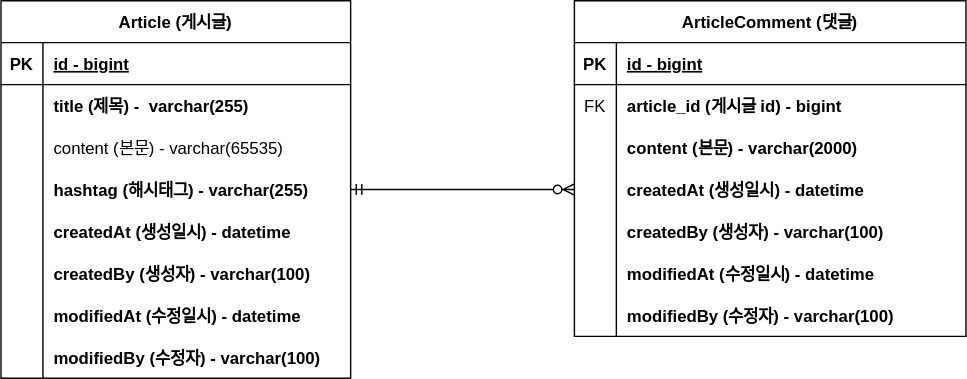
The draw.io diagram document/erd.drawio.svg in JUNSUNGCODING/project-board, before a commit. Source tidied: cells renumbered, new cells last; positions are measured from the earlier drawing's top-left corner, leaving out a move shared by most shapes. The source it was exported from:
```xml
<mxGraphModel>
  <root>
    <mxCell id="0" />
    <mxCell id="1" parent="0" />
    <mxCell id="2" value="Article (게시글)" style="shape=table;startSize=30;rowLines=0;fontStyle=1;align=center;" parent="1" vertex="1">
      <mxGeometry width="250" height="270" as="geometry" />
    </mxCell>
    <mxCell id="3" style="shape=tableRow;horizontal=0;startSize=0;swimlaneHead=0;swimlaneBody=0;fillColor=none;top=0;left=0;right=0;bottom=1;" parent="2" vertex="1">
      <mxGeometry y="30" width="250" height="30" as="geometry" />
    </mxCell>
    <mxCell id="4" value="PK" style="shape=partialRectangle;fillColor=none;top=0;left=0;bottom=0;right=0;fontStyle=1;overflow=hidden;" parent="3" vertex="1">
      <mxGeometry width="30" height="30" as="geometry" />
    </mxCell>
    <mxCell id="5" value="id - bigint" style="shape=partialRectangle;fillColor=none;top=0;left=0;bottom=0;right=0;align=left;spacingLeft=6;fontStyle=5;overflow=hidden;" parent="3" vertex="1">
      <mxGeometry x="30" width="220" height="30" as="geometry" />
    </mxCell>
    <mxCell id="6" style="shape=tableRow;horizontal=0;startSize=0;swimlaneHead=0;swimlaneBody=0;fillColor=none;top=0;left=0;right=0;bottom=0;" parent="2" vertex="1">
      <mxGeometry y="60" width="250" height="30" as="geometry" />
    </mxCell>
    <mxCell id="7" style="shape=partialRectangle;fillColor=none;top=0;left=0;bottom=0;right=0;overflow=hidden;" parent="6" vertex="1">
      <mxGeometry width="30" height="30" as="geometry" />
    </mxCell>
    <mxCell id="8" value="title (제목) -  varchar(255)" style="shape=partialRectangle;fillColor=none;top=0;left=0;bottom=0;right=0;align=left;spacingLeft=6;overflow=hidden;fontStyle=1;" parent="6" vertex="1">
      <mxGeometry x="30" width="220" height="30" as="geometry" />
    </mxCell>
    <mxCell id="9" style="shape=tableRow;horizontal=0;startSize=0;swimlaneHead=0;swimlaneBody=0;fillColor=none;top=0;left=0;right=0;bottom=0;" parent="2" vertex="1">
      <mxGeometry y="90" width="250" height="30" as="geometry" />
    </mxCell>
    <mxCell id="10" style="shape=partialRectangle;fillColor=none;top=0;left=0;bottom=0;right=0;overflow=hidden;" parent="9" vertex="1">
      <mxGeometry width="30" height="30" as="geometry" />
    </mxCell>
    <mxCell id="11" value="content (본문) - varchar(65535)" style="shape=partialRectangle;fillColor=none;top=0;left=0;bottom=0;right=0;align=left;spacingLeft=6;overflow=hidden;" parent="9" vertex="1">
      <mxGeometry x="30" width="220" height="30" as="geometry" />
    </mxCell>
    <mxCell id="12" style="shape=tableRow;horizontal=0;startSize=0;swimlaneHead=0;swimlaneBody=0;fillColor=none;points=[[0,0.5],[1,0.5]];portConstraint=eastwest;top=0;left=0;right=0;bottom=0;" parent="2" vertex="1">
      <mxGeometry y="120" width="250" height="30" as="geometry" />
    </mxCell>
    <mxCell id="13" style="shape=partialRectangle;fillColor=none;top=0;left=0;bottom=0;right=0;overflow=hidden;" parent="12" vertex="1">
      <mxGeometry width="30" height="30" as="geometry" />
    </mxCell>
    <mxCell id="14" value="hashtag (해시태그) - varchar(255)" style="shape=partialRectangle;fillColor=none;top=0;left=0;bottom=0;right=0;align=left;spacingLeft=6;overflow=hidden;fontStyle=1;" parent="12" vertex="1">
      <mxGeometry x="30" width="220" height="30" as="geometry" />
    </mxCell>
    <mxCell id="15" style="shape=tableRow;horizontal=0;startSize=0;swimlaneHead=0;swimlaneBody=0;fillColor=none;top=0;left=0;right=0;bottom=0;" parent="2" vertex="1">
      <mxGeometry y="150" width="250" height="30" as="geometry" />
    </mxCell>
    <mxCell id="16" style="shape=partialRectangle;fillColor=none;top=0;left=0;bottom=0;right=0;overflow=hidden;" parent="15" vertex="1">
      <mxGeometry width="30" height="30" as="geometry" />
    </mxCell>
    <mxCell id="17" value="createdAt (생성일시) - datetime" style="shape=partialRectangle;fillColor=none;top=0;left=0;bottom=0;right=0;align=left;spacingLeft=6;overflow=hidden;fontStyle=1;" parent="15" vertex="1">
      <mxGeometry x="30" width="220" height="30" as="geometry" />
    </mxCell>
    <mxCell id="18" style="shape=tableRow;horizontal=0;startSize=0;swimlaneHead=0;swimlaneBody=0;fillColor=none;top=0;left=0;right=0;bottom=0;" parent="2" vertex="1">
      <mxGeometry y="180" width="250" height="30" as="geometry" />
    </mxCell>
    <mxCell id="19" style="shape=partialRectangle;fillColor=none;top=0;left=0;bottom=0;right=0;overflow=hidden;" parent="18" vertex="1">
      <mxGeometry width="30" height="30" as="geometry" />
    </mxCell>
    <mxCell id="20" value="createdBy (생성자) - varchar(100)" style="shape=partialRectangle;fillColor=none;top=0;left=0;bottom=0;right=0;align=left;spacingLeft=6;overflow=hidden;fontStyle=1;" parent="18" vertex="1">
      <mxGeometry x="30" width="220" height="30" as="geometry" />
    </mxCell>
    <mxCell id="21" style="shape=tableRow;horizontal=0;startSize=0;swimlaneHead=0;swimlaneBody=0;fillColor=none;top=0;left=0;right=0;bottom=0;" parent="2" vertex="1">
      <mxGeometry y="210" width="250" height="30" as="geometry" />
    </mxCell>
    <mxCell id="22" style="shape=partialRectangle;fillColor=none;top=0;left=0;bottom=0;right=0;overflow=hidden;" parent="21" vertex="1">
      <mxGeometry width="30" height="30" as="geometry" />
    </mxCell>
    <mxCell id="23" value="modifiedAt (수정일시) - datetime" style="shape=partialRectangle;fillColor=none;top=0;left=0;bottom=0;right=0;align=left;spacingLeft=6;overflow=hidden;fontStyle=1;" parent="21" vertex="1">
      <mxGeometry x="30" width="220" height="30" as="geometry" />
    </mxCell>
    <mxCell id="24" style="shape=tableRow;horizontal=0;startSize=0;swimlaneHead=0;swimlaneBody=0;fillColor=none;top=0;left=0;right=0;bottom=0;" parent="2" vertex="1">
      <mxGeometry y="240" width="250" height="30" as="geometry" />
    </mxCell>
    <mxCell id="25" style="shape=partialRectangle;fillColor=none;top=0;left=0;bottom=0;right=0;overflow=hidden;" parent="24" vertex="1">
      <mxGeometry width="30" height="30" as="geometry" />
    </mxCell>
    <mxCell id="26" value="modifiedBy (수정자) - varchar(100)" style="shape=partialRectangle;fillColor=none;top=0;left=0;bottom=0;right=0;align=left;spacingLeft=6;overflow=hidden;fontStyle=1;" parent="24" vertex="1">
      <mxGeometry x="30" width="220" height="30" as="geometry" />
    </mxCell>
    <mxCell id="27" value="ArticleComment (댓글)" style="shape=table;startSize=30;rowLines=0;fontStyle=1;align=center;" parent="1" vertex="1">
      <mxGeometry x="410" width="280" height="240" as="geometry" />
    </mxCell>
    <mxCell id="28" style="shape=tableRow;horizontal=0;startSize=0;swimlaneHead=0;swimlaneBody=0;fillColor=none;top=0;left=0;right=0;bottom=1;" parent="27" vertex="1">
      <mxGeometry y="30" width="280" height="30" as="geometry" />
    </mxCell>
    <mxCell id="29" value="PK" style="shape=partialRectangle;fillColor=none;top=0;left=0;bottom=0;right=0;fontStyle=1;overflow=hidden;" parent="28" vertex="1">
      <mxGeometry width="30" height="30" as="geometry" />
    </mxCell>
    <mxCell id="30" value="id - bigint" style="shape=partialRectangle;fillColor=none;top=0;left=0;bottom=0;right=0;align=left;spacingLeft=6;fontStyle=5;overflow=hidden;" parent="28" vertex="1">
      <mxGeometry x="30" width="250" height="30" as="geometry" />
    </mxCell>
    <mxCell id="31" style="shape=tableRow;horizontal=0;startSize=0;swimlaneHead=0;swimlaneBody=0;fillColor=none;top=0;left=0;right=0;bottom=0;" parent="27" vertex="1">
      <mxGeometry y="60" width="280" height="30" as="geometry" />
    </mxCell>
    <mxCell id="32" value="FK" style="shape=partialRectangle;fillColor=none;top=0;left=0;bottom=0;right=0;overflow=hidden;" parent="31" vertex="1">
      <mxGeometry width="30" height="30" as="geometry" />
    </mxCell>
    <mxCell id="33" value="article_id (게시글 id) - bigint" style="shape=partialRectangle;fillColor=none;top=0;left=0;bottom=0;right=0;align=left;spacingLeft=6;overflow=hidden;fontStyle=1;" parent="31" vertex="1">
      <mxGeometry x="30" width="250" height="30" as="geometry" />
    </mxCell>
    <mxCell id="34" style="shape=tableRow;horizontal=0;startSize=0;swimlaneHead=0;swimlaneBody=0;fillColor=none;top=0;left=0;right=0;bottom=0;" parent="27" vertex="1">
      <mxGeometry y="90" width="280" height="30" as="geometry" />
    </mxCell>
    <mxCell id="35" style="shape=partialRectangle;fillColor=none;top=0;left=0;bottom=0;right=0;overflow=hidden;" parent="34" vertex="1">
      <mxGeometry width="30" height="30" as="geometry" />
    </mxCell>
    <mxCell id="36" value="content (본문) - varchar(2000)" style="shape=partialRectangle;fillColor=none;top=0;left=0;bottom=0;right=0;align=left;spacingLeft=6;overflow=hidden;fontStyle=1;" parent="34" vertex="1">
      <mxGeometry x="30" width="250" height="30" as="geometry" />
    </mxCell>
    <mxCell id="37" style="shape=tableRow;horizontal=0;startSize=0;swimlaneHead=0;swimlaneBody=0;fillColor=none;points=[[0,0.5],[1,0.5]];portConstraint=eastwest;top=0;left=0;right=0;bottom=0;" parent="27" vertex="1">
      <mxGeometry y="120" width="280" height="30" as="geometry" />
    </mxCell>
    <mxCell id="38" style="shape=partialRectangle;fillColor=none;top=0;left=0;bottom=0;right=0;overflow=hidden;" parent="37" vertex="1">
      <mxGeometry width="30" height="30" as="geometry" />
    </mxCell>
    <mxCell id="39" value="createdAt (생성일시) - datetime" style="shape=partialRectangle;fillColor=none;top=0;left=0;bottom=0;right=0;align=left;spacingLeft=6;overflow=hidden;fontStyle=1;" parent="37" vertex="1">
      <mxGeometry x="30" width="250" height="30" as="geometry" />
    </mxCell>
    <mxCell id="40" style="shape=tableRow;horizontal=0;startSize=0;swimlaneHead=0;swimlaneBody=0;fillColor=none;top=0;left=0;right=0;bottom=0;" parent="27" vertex="1">
      <mxGeometry y="150" width="280" height="30" as="geometry" />
    </mxCell>
    <mxCell id="41" style="shape=partialRectangle;fillColor=none;top=0;left=0;bottom=0;right=0;overflow=hidden;" parent="40" vertex="1">
      <mxGeometry width="30" height="30" as="geometry" />
    </mxCell>
    <mxCell id="42" value="createdBy (생성자) - varchar(100)" style="shape=partialRectangle;fillColor=none;top=0;left=0;bottom=0;right=0;align=left;spacingLeft=6;overflow=hidden;fontStyle=1;" parent="40" vertex="1">
      <mxGeometry x="30" width="250" height="30" as="geometry" />
    </mxCell>
    <mxCell id="43" style="shape=tableRow;horizontal=0;startSize=0;swimlaneHead=0;swimlaneBody=0;fillColor=none;top=0;left=0;right=0;bottom=0;" parent="27" vertex="1">
      <mxGeometry y="180" width="280" height="30" as="geometry" />
    </mxCell>
    <mxCell id="44" style="shape=partialRectangle;fillColor=none;top=0;left=0;bottom=0;right=0;overflow=hidden;" parent="43" vertex="1">
      <mxGeometry width="30" height="30" as="geometry" />
    </mxCell>
    <mxCell id="45" value="modifiedAt (수정일시) - datetime" style="shape=partialRectangle;fillColor=none;top=0;left=0;bottom=0;right=0;align=left;spacingLeft=6;overflow=hidden;fontStyle=1;" parent="43" vertex="1">
      <mxGeometry x="30" width="250" height="30" as="geometry" />
    </mxCell>
    <mxCell id="46" style="shape=tableRow;horizontal=0;startSize=0;swimlaneHead=0;swimlaneBody=0;fillColor=none;top=0;left=0;right=0;bottom=0;" parent="27" vertex="1">
      <mxGeometry y="210" width="280" height="30" as="geometry" />
    </mxCell>
    <mxCell id="47" style="shape=partialRectangle;fillColor=none;top=0;left=0;bottom=0;right=0;overflow=hidden;" parent="46" vertex="1">
      <mxGeometry width="30" height="30" as="geometry" />
    </mxCell>
    <mxCell id="48" value="modifiedBy (수정자) - varchar(100)" style="shape=partialRectangle;fillColor=none;top=0;left=0;bottom=0;right=0;align=left;spacingLeft=6;overflow=hidden;fontStyle=1;" parent="46" vertex="1">
      <mxGeometry x="30" width="250" height="30" as="geometry" />
    </mxCell>
    <mxCell id="49" style="edgeStyle=entityRelationEdgeStyle;fontSize=12;html=1;endArrow=ERzeroToMany;startArrow=ERmandOne;rounded=0;exitX=1;exitY=0.5;exitDx=0;exitDy=0;entryX=0;entryY=0.5;entryDx=0;entryDy=0;" parent="1" edge="1" source="12" target="37">
      <mxGeometry relative="1" as="geometry" />
    </mxCell>
  </root>
</mxGraphModel>
```
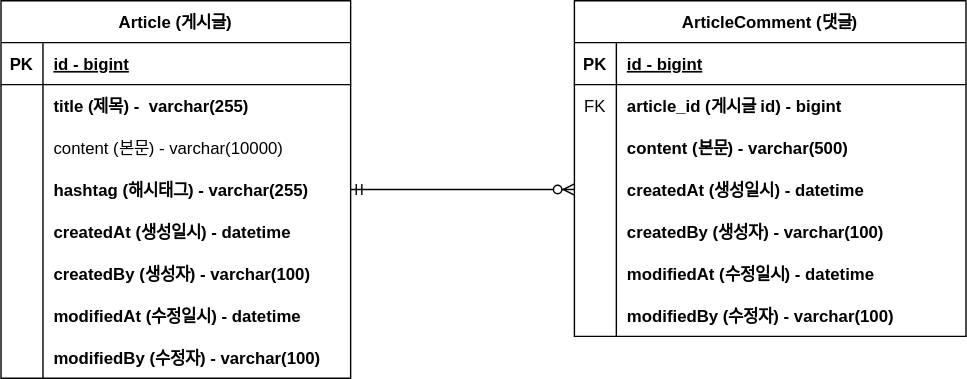
After the change.

Commit message:
#7 - ERD 업데이트 : content 크기 수정

What changed in the source:
```diff
@@ -29,7 +29,7 @@
     <mxCell id="10" style="shape=partialRectangle;fillColor=none;top=0;left=0;bottom=0;right=0;overflow=hidden;" parent="9" vertex="1">
       <mxGeometry width="30" height="30" as="geometry" />
     </mxCell>
-    <mxCell id="11" value="content (본문) - varchar(65535)" style="shape=partialRectangle;fillColor=none;top=0;left=0;bottom=0;right=0;align=left;spacingLeft=6;overflow=hidden;" parent="9" vertex="1">
+    <mxCell id="11" value="content (본문) - varchar(10000)" style="shape=partialRectangle;fillColor=none;top=0;left=0;bottom=0;right=0;align=left;spacingLeft=6;overflow=hidden;" parent="9" vertex="1">
       <mxGeometry x="30" width="220" height="30" as="geometry" />
     </mxCell>
     <mxCell id="12" style="shape=tableRow;horizontal=0;startSize=0;swimlaneHead=0;swimlaneBody=0;fillColor=none;points=[[0,0.5],[1,0.5]];portConstraint=eastwest;top=0;left=0;right=0;bottom=0;" parent="2" vertex="1">
@@ -104,7 +104,7 @@
     <mxCell id="35" style="shape=partialRectangle;fillColor=none;top=0;left=0;bottom=0;right=0;overflow=hidden;" parent="34" vertex="1">
       <mxGeometry width="30" height="30" as="geometry" />
     </mxCell>
-    <mxCell id="36" value="content (본문) - varchar(2000)" style="shape=partialRectangle;fillColor=none;top=0;left=0;bottom=0;right=0;align=left;spacingLeft=6;overflow=hidden;fontStyle=1;" parent="34" vertex="1">
+    <mxCell id="36" value="content (본문) - varchar(500)" style="shape=partialRectangle;fillColor=none;top=0;left=0;bottom=0;right=0;align=left;spacingLeft=6;overflow=hidden;fontStyle=1;" parent="34" vertex="1">
       <mxGeometry x="30" width="250" height="30" as="geometry" />
     </mxCell>
     <mxCell id="37" style="shape=tableRow;horizontal=0;startSize=0;swimlaneHead=0;swimlaneBody=0;fillColor=none;points=[[0,0.5],[1,0.5]];portConstraint=eastwest;top=0;left=0;right=0;bottom=0;" parent="27" vertex="1">
```
